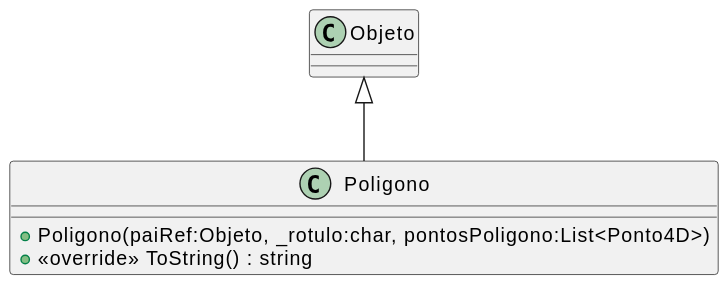
The PlantUML diagram svg/Unidade2/CG_N2_Exemplo/plantuml/Poligono.svg in majutestoni/disciplina_CG_2025_1, before a commit.
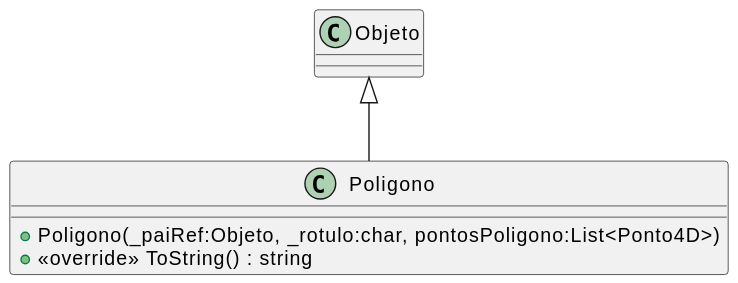
The same file after the commit.

Change to the diagram source:
```diff
@@ -1,6 +1,6 @@
 @startuml
 class Poligono {
-    + Poligono(paiRef:Objeto, _rotulo:char, pontosPoligono:List<Ponto4D>)
+    + Poligono(_paiRef:Objeto, _rotulo:char, pontosPoligono:List<Ponto4D>)
     + <<override>> ToString() : string
 }
 Objeto <|-- Poligono
```
